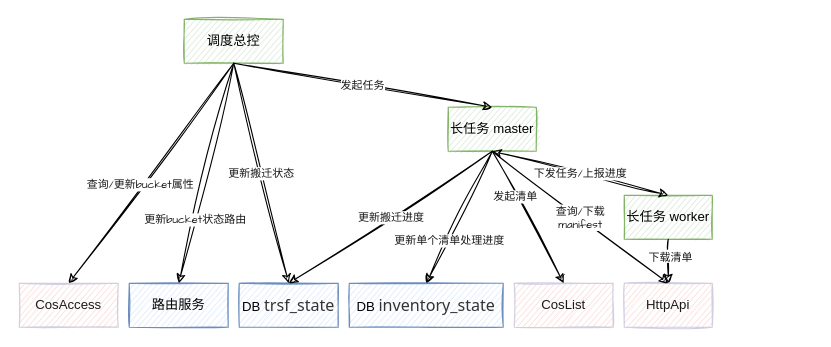
This is innercos_migrate.drawio from jariver/draw.io, a draw.io file, before an edit. Source tidied: cells renumbered, new cells numbered last; positions are measured from the earlier drawing's top-left corner, leaving out a move shared by most shapes. Both pictures are drawn from the tidied source at 110%, with x=0, y=0 at pixel (19, 19).
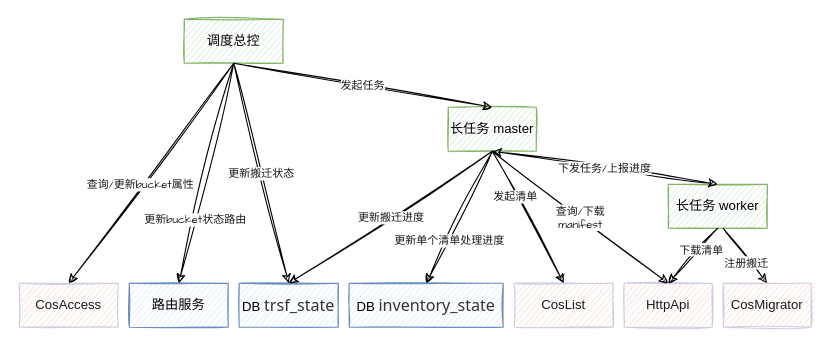
The same diagram, later.

The edit, as a diff of the source:
```diff
@@
     <mxCell id="8" value="长任务 worker" style="rounded=0;whiteSpace=wrap;html=1;sketch=1;fillColor=#d5e8d4;strokeColor=#82b366;" parent="1" vertex="1">
-      <mxGeometry x="550" y="160" width="80" height="40" as="geometry" />
+      <mxGeometry x="590" y="150" width="90" height="40" as="geometry" />
     </mxCell>
@@
+    <mxCell id="22" value="CosMigrator" style="rounded=0;whiteSpace=wrap;html=1;sketch=1;fillColor=#FAD9D5;strokeColor=#D0CEE2;fontColor=#1A1A1A;" parent="1" vertex="1">
+      <mxGeometry x="640" y="240" width="80" height="40" as="geometry" />
+    </mxCell>
+    <mxCell id="23" style="endArrow=classic;html=1;rounded=0;sketch=1;hachureGap=4;jiggle=2;fontFamily=Architects Daughter;fontSize=13;fontColor=#1A1A1A;entryX=0.5;entryY=0;entryDx=0;entryDy=0;jumpSize=6;" parent="1" edge="1" target="22">
+      <mxGeometry relative="1" as="geometry">
+        <mxPoint x="640" y="190" as="sourcePoint" />
+      </mxGeometry>
+    </mxCell>
+    <mxCell id="24" value="注册搬迁" style="edgeLabel;html=1;align=center;verticalAlign=middle;fontSize=10;fontFamily=Georgia;fontColor=#1A1A1A;" parent="23" vertex="1">
+      <mxGeometry x="-0.29" y="1" relative="1" as="geometry">
+        <mxPoint x="5" y="13" as="offset" />
+      </mxGeometry>
+    </mxCell>
```
